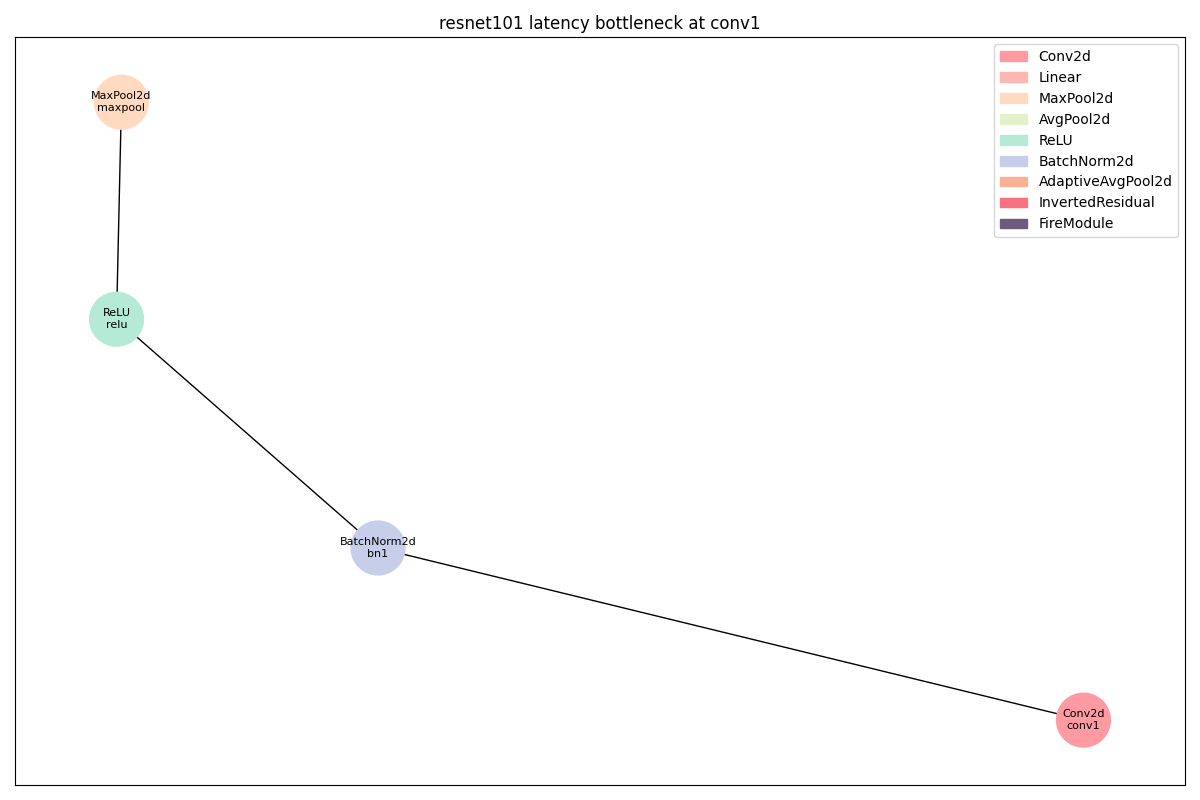
Above: dags/resnet101_latency_conv1_op.png in 11222-Meng/DNN_Bottlen_Layer_Analysis (Graphviz), before the change. Its source is kept beside it as dags/resnet101_latency_conv1_op.dot.
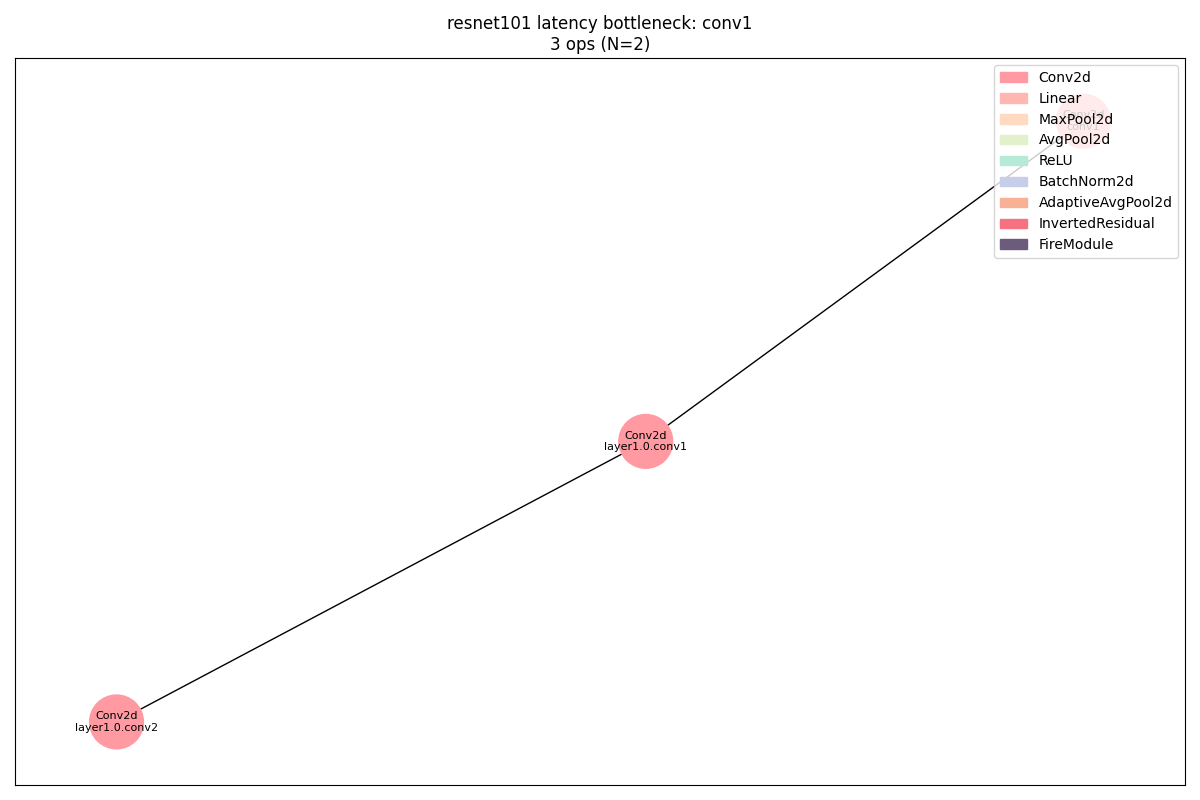
Later version of the same file.

Diff of the diagram source:
```diff
@@ -3,19 +3,14 @@
 		layer_name=conv1,
 		params=9408,
 		type=Conv2d];
-	BatchNorm2d_0	[color="#C7CEEA",
-		layer_name=bn1,
-		params=128,
-		type=BatchNorm2d];
-	Conv2d_0 -> BatchNorm2d_0;
-	ReLU_0	[color="#B5EAD7",
-		layer_name=relu,
-		params=0,
-		type=ReLU];
-	BatchNorm2d_0 -> ReLU_0;
-	MaxPool2d_0	[color="#FFDAC1",
-		layer_name=maxpool,
-		params=0,
-		type=MaxPool2d];
-	ReLU_0 -> MaxPool2d_0;
+	Conv2d_1	[color="#FF9AA2",
+		layer_name="layer1.0.conv1",
+		params=4096,
+		type=Conv2d];
+	Conv2d_0 -> Conv2d_1;
+	Conv2d_2	[color="#FF9AA2",
+		layer_name="layer1.0.conv2",
+		params=36864,
+		type=Conv2d];
+	Conv2d_1 -> Conv2d_2;
 }
```
